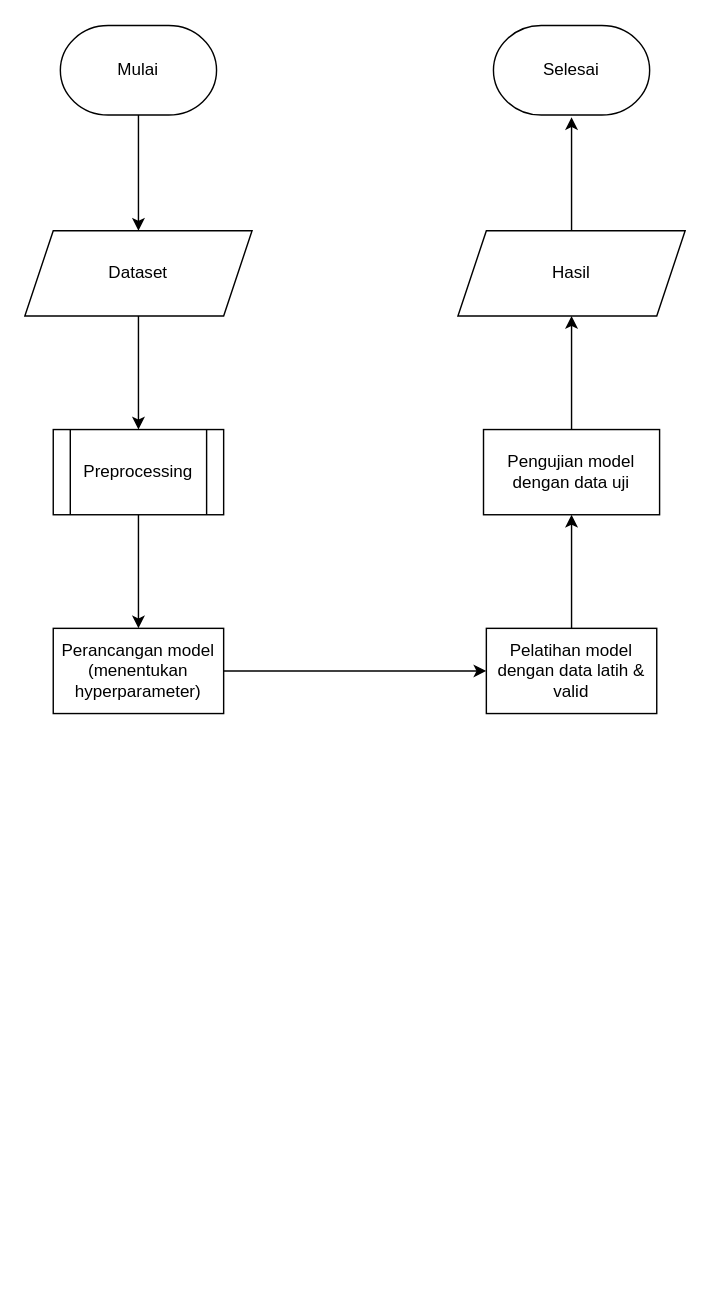
The draw.io diagram Untitled Diagram.drawio in meisyareptiana/design_database, before the edit. Source tidied: cells renumbered, new cells numbered last; positions are measured from the earlier drawing's top-left corner, leaving out a move shared by most shapes. Both pictures are drawn from the tidied source at 142%, with x=0, y=0 at pixel (24, 26).
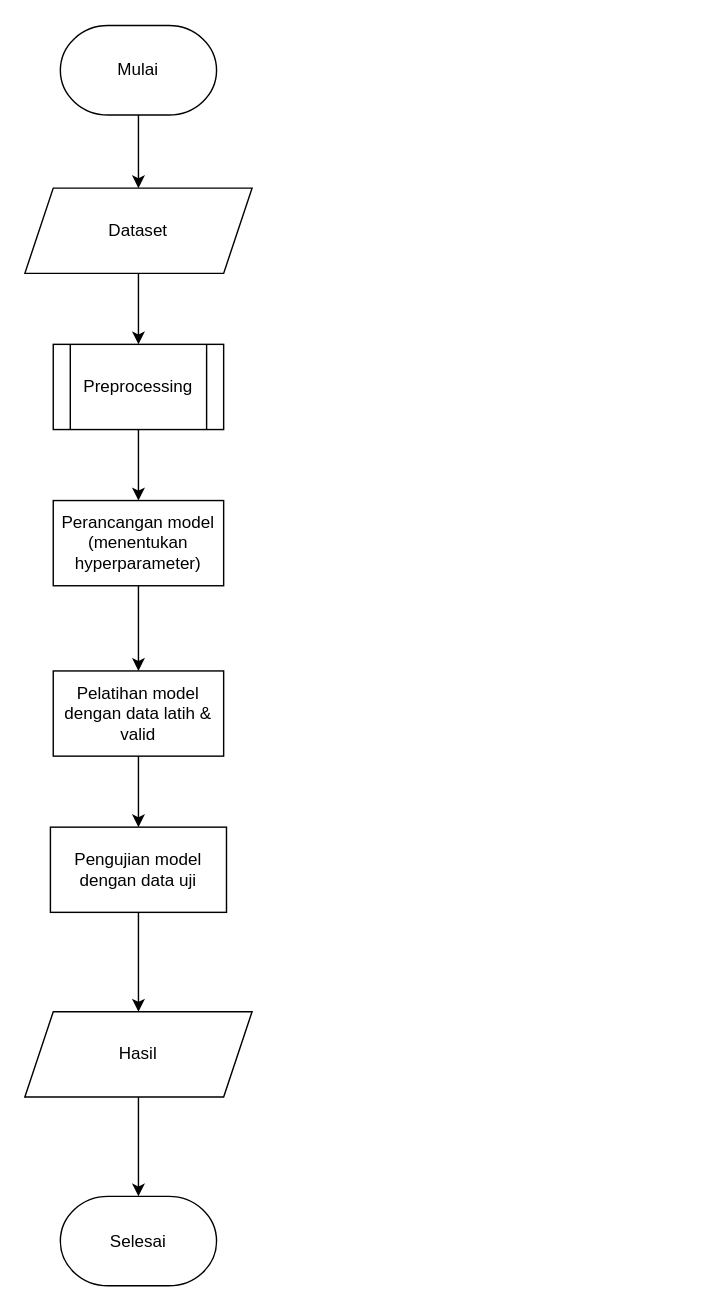
The same diagram, later.

What changed in the source:
```diff
@@
 <mxGraphModel>
   <root>
     <mxCell id="0" />
     <mxCell id="1" parent="0" />
     <mxCell id="2" style="edgeStyle=orthogonalEdgeStyle;rounded=0;jettySize=auto;html=1;" parent="1" edge="1" source="3" target="13">
       <mxGeometry relative="1" as="geometry" />
     </mxCell>
     <mxCell id="3" value="Dataset" style="shape=parallelogram;perimeter=parallelogramPerimeter;whiteSpace=wrap;html=1;fixedSize=1;" parent="1" vertex="1">
-      <mxGeometry y="144" width="160" height="60" as="geometry" />
+      <mxGeometry y="114" width="160" height="60" as="geometry" />
     </mxCell>
-    <mxCell id="4" style="edgeStyle=orthogonalEdgeStyle;rounded=0;jettySize=auto;html=1;entryX=0;entryY=0.5;entryDx=0;entryDy=0;" parent="1" edge="1" source="5" target="7">
+    <mxCell id="4" style="edgeStyle=orthogonalEdgeStyle;rounded=0;jettySize=auto;html=1;" parent="1" edge="1" source="5" target="7">
       <mxGeometry relative="1" as="geometry" />
     </mxCell>
     <mxCell id="5" value="Perancangan model&lt;div&gt;(menentukan hyperparameter)&lt;/div&gt;" style="rounded=0;whiteSpace=wrap;html=1;" parent="1" vertex="1">
-      <mxGeometry x="20" y="424" width="120" height="60" as="geometry" />
+      <mxGeometry x="20" y="334" width="120" height="60" as="geometry" />
     </mxCell>
-    <mxCell id="6" style="edgeStyle=orthogonalEdgeStyle;rounded=0;jettySize=auto;html=1;entryX=0.5;entryY=1;entryDx=0;entryDy=0;" parent="1" edge="1" source="7" target="9">
+    <mxCell id="6" style="edgeStyle=orthogonalEdgeStyle;rounded=0;jettySize=auto;html=1;" parent="1" edge="1" source="7" target="9">
       <mxGeometry relative="1" as="geometry" />
     </mxCell>
     <mxCell id="7" value="Pelatihan model dengan data latih &amp;amp; valid" style="rounded=0;whiteSpace=wrap;html=1;" parent="1" vertex="1">
-      <mxGeometry x="325" y="424" width="120" height="60" as="geometry" />
+      <mxGeometry x="20" y="454" width="120" height="60" as="geometry" />
     </mxCell>
-    <mxCell id="8" style="edgeStyle=orthogonalEdgeStyle;rounded=0;jettySize=auto;html=1;entryX=0.5;entryY=1;entryDx=0;entryDy=0;" parent="1" edge="1" source="9" target="11">
+    <mxCell id="8" style="edgeStyle=orthogonalEdgeStyle;rounded=0;jettySize=auto;html=1;" parent="1" edge="1" source="9" target="11">
       <mxGeometry relative="1" as="geometry" />
     </mxCell>
     <mxCell id="9" value="Pengujian model dengan data uji" style="rounded=0;whiteSpace=wrap;html=1;" parent="1" vertex="1">
-      <mxGeometry x="323" y="284" width="124" height="60" as="geometry" />
+      <mxGeometry x="18" y="564" width="124" height="60" as="geometry" />
     </mxCell>
-    <mxCell id="10" style="edgeStyle=orthogonalEdgeStyle;rounded=0;jettySize=auto;html=1;" parent="1" edge="1" source="11">
-      <mxGeometry relative="1" as="geometry">
-        <mxPoint x="385" y="64" as="targetPoint" />
-      </mxGeometry>
-    </mxCell>
+    <mxCell id="17" style="edgeStyle=orthogonalEdgeStyle;rounded=0;jettySize=auto;html=1;" parent="1" edge="1" source="11" target="16">
+      <mxGeometry relative="1" as="geometry" />
+    </mxCell>
     <mxCell id="11" value="Hasil" style="shape=parallelogram;perimeter=parallelogramPerimeter;whiteSpace=wrap;html=1;fixedSize=1;" parent="1" vertex="1">
-      <mxGeometry x="305" y="144" width="160" height="60" as="geometry" />
+      <mxGeometry y="694" width="160" height="60" as="geometry" />
     </mxCell>
     <mxCell id="12" style="edgeStyle=orthogonalEdgeStyle;rounded=0;jettySize=auto;html=1;" parent="1" edge="1" source="13" target="5">
       <mxGeometry relative="1" as="geometry" />
     </mxCell>
     <mxCell id="13" value="Preprocessing" style="shape=process;whiteSpace=wrap;html=1;backgroundOutline=1;" parent="1" vertex="1">
-      <mxGeometry x="20" y="284" width="120" height="60" as="geometry" />
+      <mxGeometry x="20" y="224" width="120" height="60" as="geometry" />
     </mxCell>
     <mxCell id="14" style="edgeStyle=orthogonalEdgeStyle;rounded=0;jettySize=auto;html=1;entryX=0.5;entryY=0;entryDx=0;entryDy=0;" parent="1" edge="1" source="15" target="3">
       <mxGeometry relative="1" as="geometry" />
     </mxCell>
     <mxCell id="15" value="Mulai" style="fixedSize=1;html=1;shape=mxgraph.flowchart.terminator;whiteSpace=wrap;" parent="1" vertex="1">
       <mxGeometry x="25" y="-0.5" width="110" height="63" as="geometry" />
     </mxCell>
     <mxCell id="16" value="Selesai" style="fixedSize=1;html=1;shape=mxgraph.flowchart.terminator;whiteSpace=wrap;" parent="1" vertex="1">
-      <mxGeometry x="330" y="-0.5" width="110" height="63" as="geometry" />
+      <mxGeometry x="25" y="824" width="110" height="63" as="geometry" />
     </mxCell>
   </root>
 </mxGraphModel>
```
